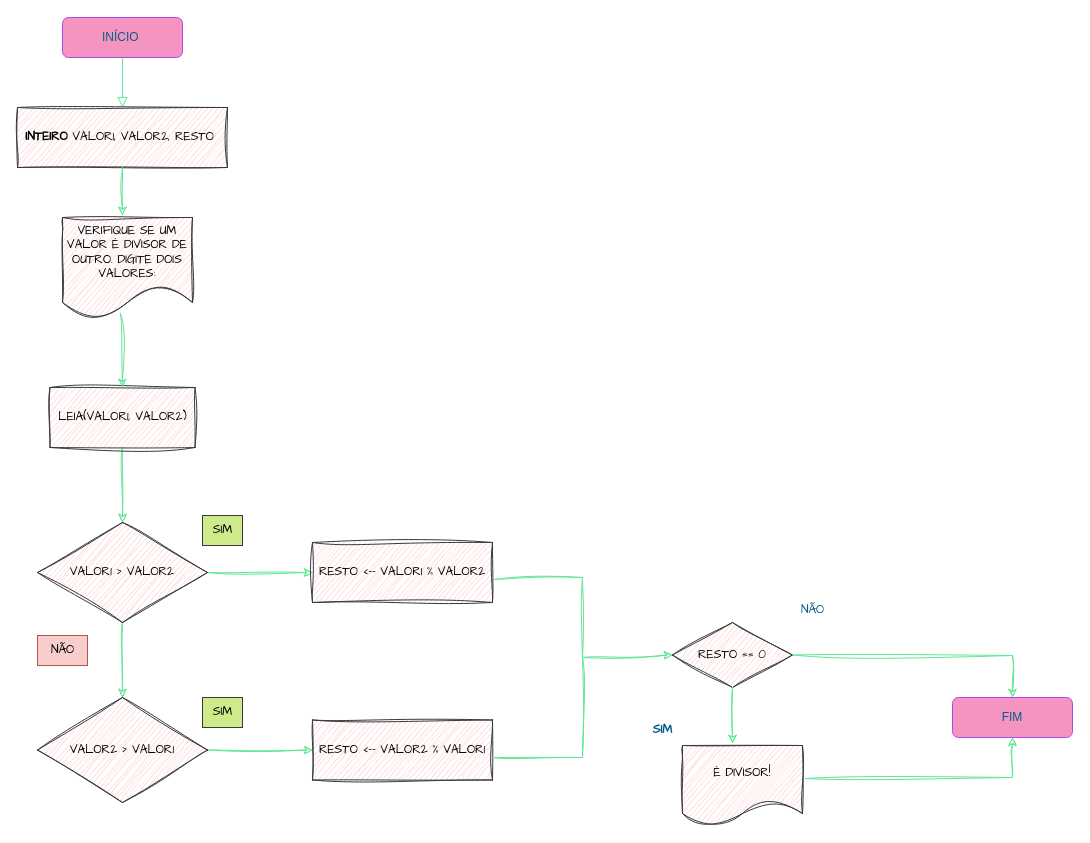
This is Resolução modulo 1.drawio from giannycabral/EBAC-CURSO-PROGRAMA-O, a draw.io file, before an edit. Source tidied: cells renumbered, new cells numbered last; positions are measured from the earlier drawing's top-left corner, leaving out a move shared by most shapes. Both pictures are drawn from the tidied source at 100%, with x=0, y=0 at pixel (17, 17).
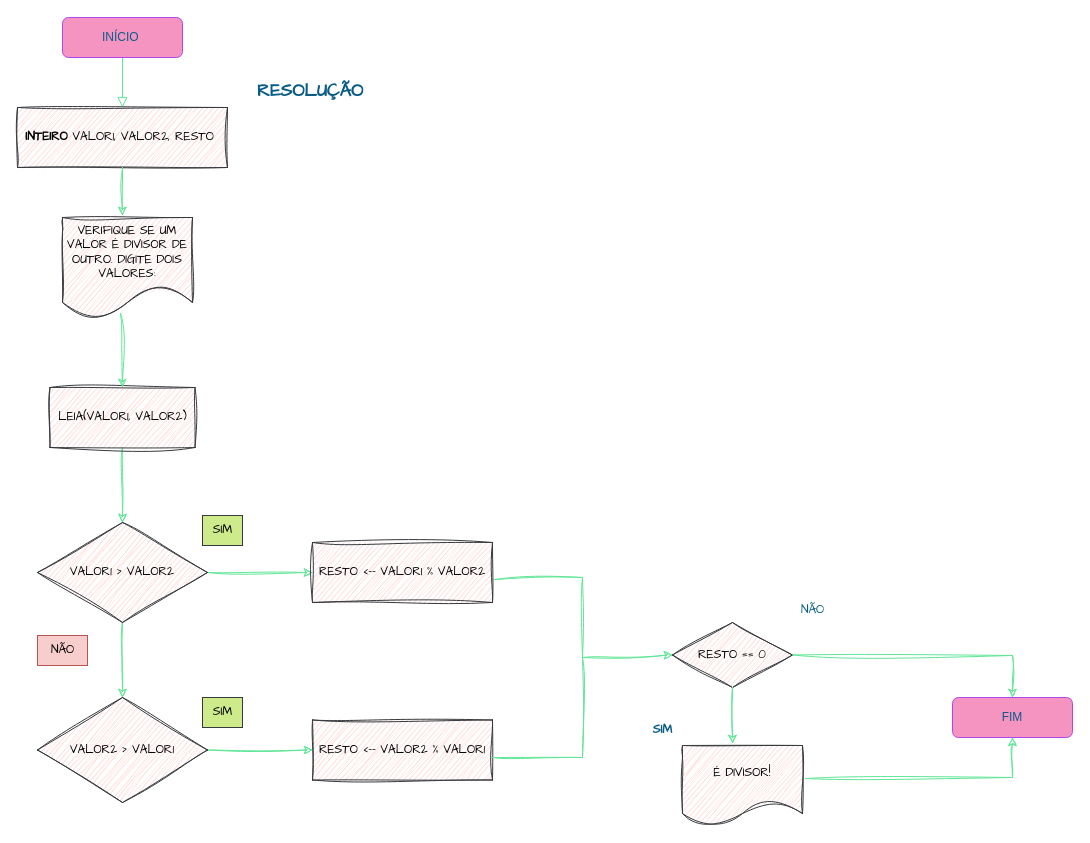
The same page after the edit.

What changed in the source:
```diff
@@
+    <mxCell id="31" value="&lt;b&gt;&lt;font style=&quot;font-size: 18px;&quot;&gt;RESOLUÇÃO&lt;/font&gt;&lt;/b&gt;&amp;nbsp;" style="text;html=1;align=center;verticalAlign=middle;strokeColor=none;fillColor=none;fontFamily=Architects Daughter;fontColor=#095C86;" parent="1" vertex="1">
+      <mxGeometry x="230" y="53" width="130" height="40" as="geometry" />
+    </mxCell>
```
